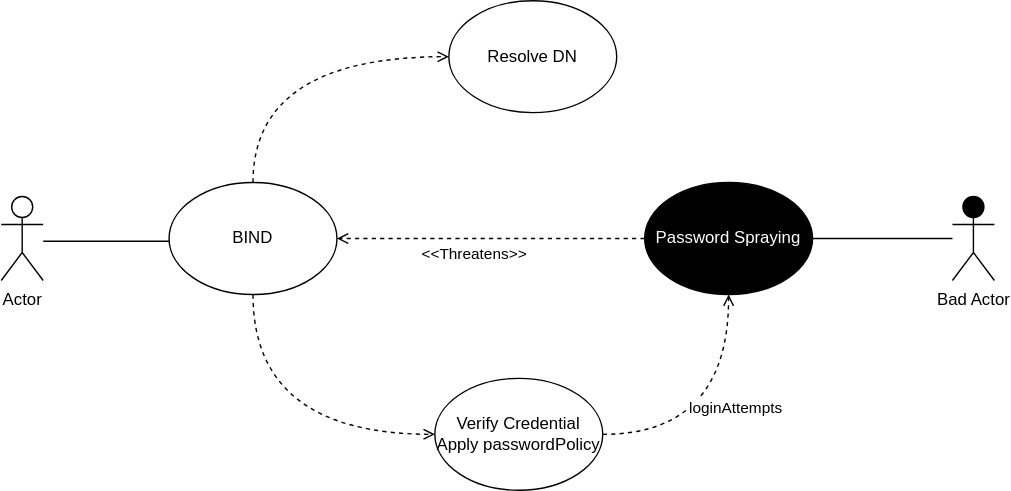
Before: Use-Misuse Case-Final1 -Bind.drawio.svg, a diagram exported from draw.io (bartelsjoshuac/SAPG). Source tidied: cells renumbered, new cells last; positions are measured from the earlier drawing's top-left corner, leaving out a move shared by most shapes.
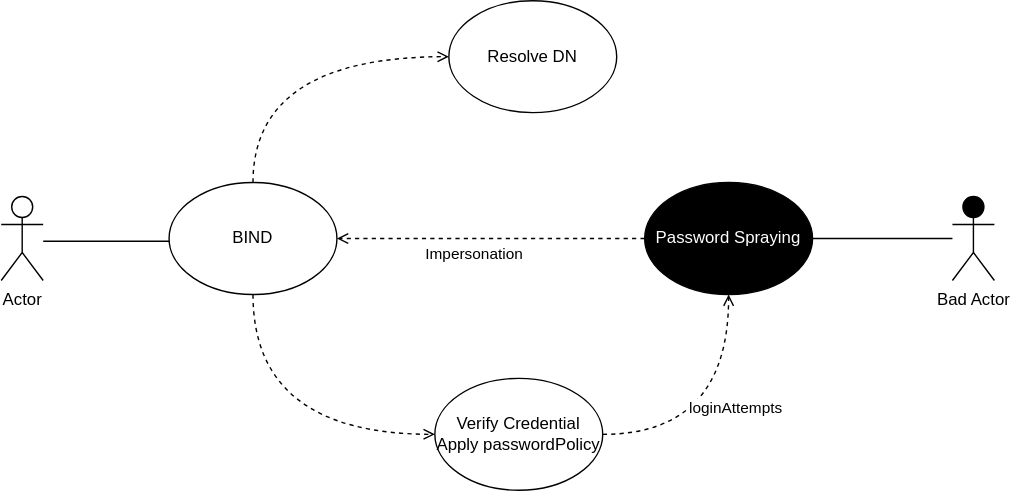
The same diagram one commit later.

What changed in the source:
```diff
@@ -39,7 +39,7 @@
         <mxPoint x="240" y="170" as="targetPoint" />
       </mxGeometry>
     </mxCell>
-    <mxCell id="12" value="&amp;lt;&amp;lt;Threatens&amp;gt;&amp;gt;" style="edgeLabel;html=1;align=center;verticalAlign=middle;" parent="11" vertex="1">
+    <mxCell id="12" value="Impersonation&lt;br&gt;" style="edgeLabel;html=1;align=center;verticalAlign=middle;" parent="11" vertex="1">
       <mxGeometry x="0.11" y="1" relative="1" as="geometry">
         <mxPoint y="9" as="offset" />
       </mxGeometry>
```
